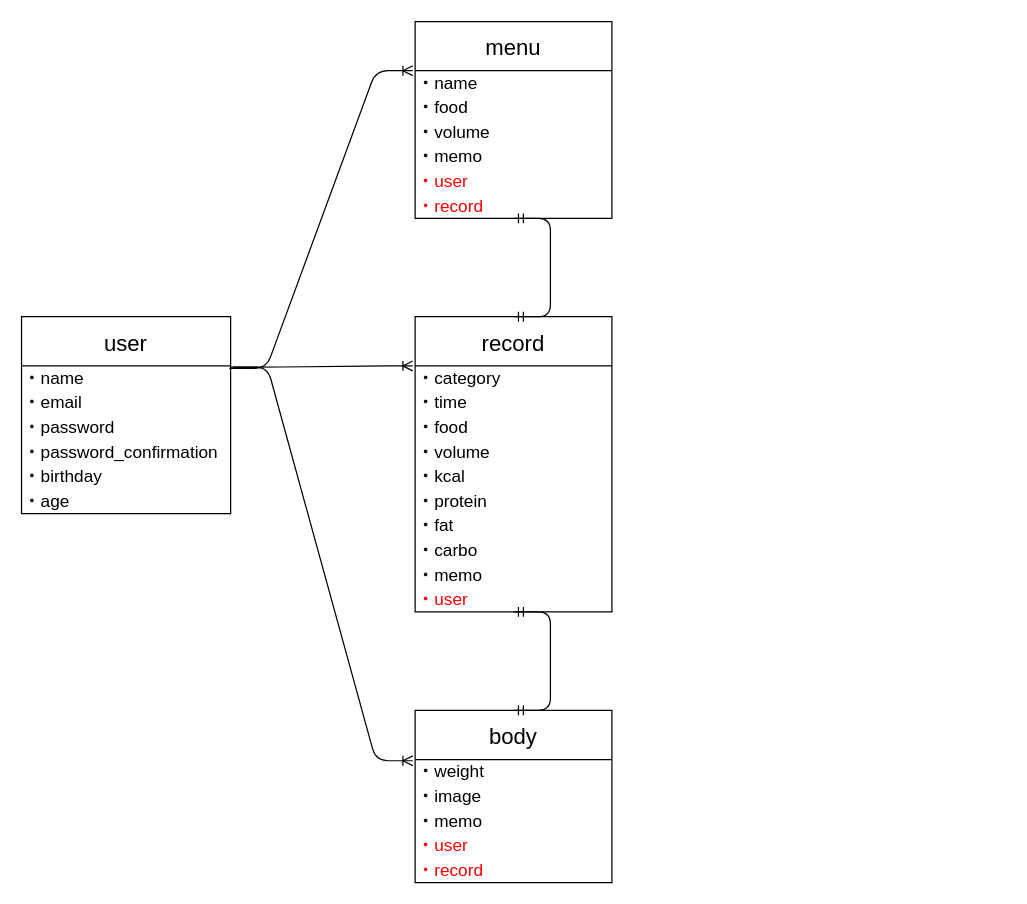
YamAtsu16/DietApp keeps this draw.io diagram as Draw.io/ER.dio. Above is the earlier version. Source tidied: cells renumbered, new cells numbered last; positions are measured from the earlier drawing's top-left corner, leaving out a move shared by most shapes. Both pictures are drawn from the tidied source at 123%, with x=0, y=0 at pixel (21, 21).
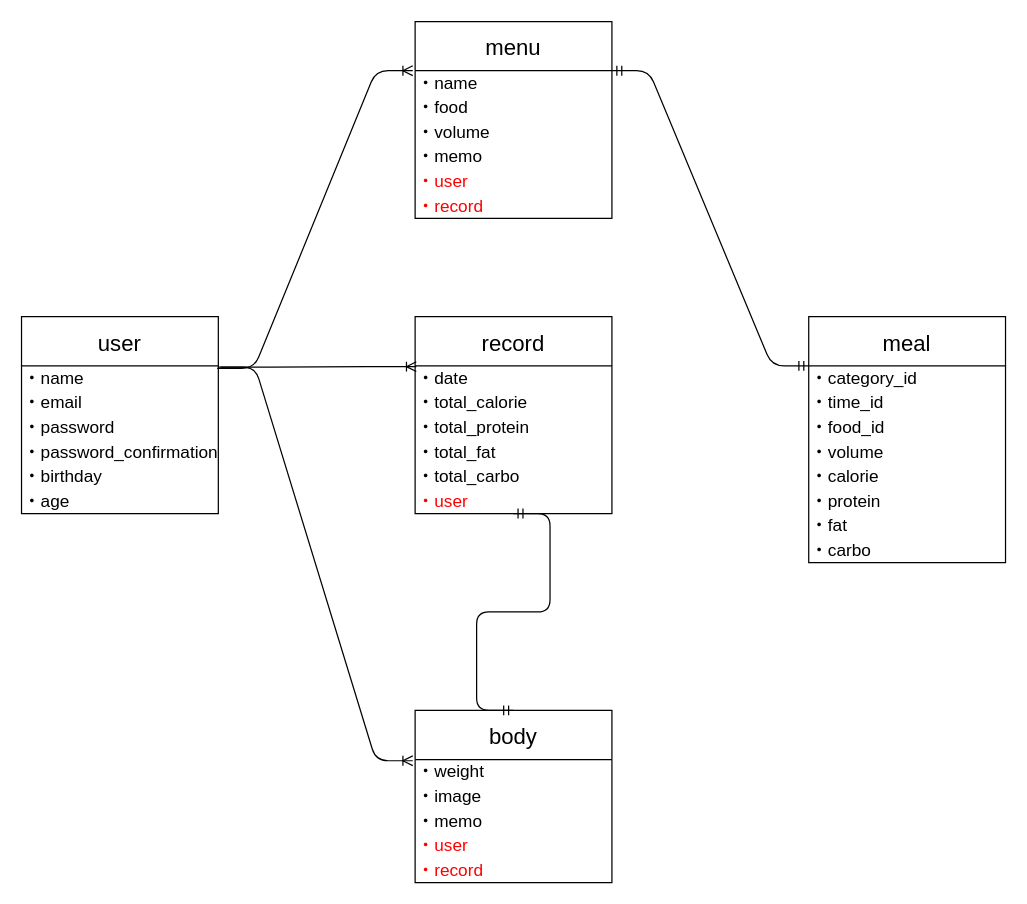
Above is the later version.

Commit message (it also covers changes not shown here):
データベース設計の見直し

The change refers to these unchanged cells:
```xml
<mxCell id="9" value="body" style="swimlane;fontStyle=0;horizontal=1;startSize=40;align=center;fontSize=18;fillColor=none;" parent="1" vertex="1">
  <mxGeometry x="320" y="560" width="160" height="140" as="geometry" />
</mxCell>
<mxCell id="26" value="menu" style="swimlane;fontStyle=0;horizontal=1;startSize=40;align=center;fontSize=18;fillColor=none;" parent="1" vertex="1">
  <mxGeometry x="320" width="160" height="160" as="geometry" />
</mxCell>
<mxCell id="32" value="&lt;font color=&quot;#ff0000&quot;&gt;・record&lt;/font&gt;" style="text;html=1;align=left;verticalAlign=middle;points=[];strokeColor=none;fillColor=none;fontSize=14;" parent="26" vertex="1">
  <mxGeometry y="140" width="160" height="20" as="geometry" />
</mxCell>
```

What changed in the source:
```diff
@@
     <mxCell id="2" value="user" style="swimlane;fontStyle=0;horizontal=1;startSize=40;align=center;fontSize=18;fillColor=none;" parent="1" vertex="1">
-      <mxGeometry y="240" width="170" height="160" as="geometry" />
+      <mxGeometry y="240" width="160" height="160" as="geometry" />
     </mxCell>
     <mxCell id="3" value="・name" style="text;html=1;align=left;verticalAlign=middle;points=[];strokeColor=none;fillColor=none;fontSize=14;" parent="2" vertex="1">
-      <mxGeometry y="40" width="170" height="20" as="geometry" />
+      <mxGeometry y="40" width="160" height="20" as="geometry" />
     </mxCell>
     <mxCell id="4" value="・email" style="text;html=1;align=left;verticalAlign=middle;strokeColor=none;fillColor=none;fontSize=14;" parent="2" vertex="1">
-      <mxGeometry y="60" width="170" height="20" as="geometry" />
+      <mxGeometry y="60" width="160" height="20" as="geometry" />
     </mxCell>
     <mxCell id="5" value="・password" style="text;html=1;align=left;verticalAlign=middle;strokeColor=none;fillColor=none;fontSize=14;" parent="2" vertex="1">
-      <mxGeometry y="80" width="170" height="20" as="geometry" />
+      <mxGeometry y="80" width="160" height="20" as="geometry" />
     </mxCell>
     <mxCell id="6" value="・password_confirmation" style="text;html=1;align=left;verticalAlign=middle;strokeColor=none;fillColor=none;fontSize=14;" parent="2" vertex="1">
-      <mxGeometry y="100" width="170" height="20" as="geometry" />
+      <mxGeometry y="100" width="160" height="20" as="geometry" />
     </mxCell>
     <mxCell id="7" value="・birthday" style="text;html=1;align=left;verticalAlign=middle;strokeColor=none;fillColor=none;fontSize=14;" parent="2" vertex="1">
-      <mxGeometry y="120" width="170" height="20" as="geometry" />
+      <mxGeometry y="120" width="160" height="20" as="geometry" />
     </mxCell>
     <mxCell id="8" value="・age" style="text;html=1;align=left;verticalAlign=middle;strokeColor=none;fillColor=none;fontSize=14;" parent="2" vertex="1">
-      <mxGeometry y="140" width="170" height="20" as="geometry" />
+      <mxGeometry y="140" width="160" height="20" as="geometry" />
     </mxCell>
@@
-    <mxCell id="15" value="record" style="swimlane;fontStyle=0;horizontal=1;startSize=40;align=center;fontSize=18;fillColor=none;" parent="1" vertex="1">
-      <mxGeometry x="320" y="240" width="160" height="240" as="geometry" />
+    <mxCell id="15" value="meal" style="swimlane;fontStyle=0;horizontal=1;startSize=40;align=center;fontSize=18;fillColor=none;" parent="1" vertex="1">
+      <mxGeometry x="640" y="240" width="160" height="200" as="geometry" />
     </mxCell>
-    <mxCell id="16" value="・category" style="text;html=1;align=left;verticalAlign=middle;points=[];strokeColor=none;fillColor=none;fontSize=14;" parent="15" vertex="1">
+    <mxCell id="16" value="・category_id" style="text;html=1;align=left;verticalAlign=middle;points=[];strokeColor=none;fillColor=none;fontSize=14;" parent="15" vertex="1">
       <mxGeometry y="40" width="160" height="20" as="geometry" />
     </mxCell>
-    <mxCell id="17" value="・time" style="text;html=1;align=left;verticalAlign=middle;strokeColor=none;fillColor=none;fontSize=14;" parent="15" vertex="1">
+    <mxCell id="17" value="・time_id" style="text;html=1;align=left;verticalAlign=middle;strokeColor=none;fillColor=none;fontSize=14;" parent="15" vertex="1">
       <mxGeometry y="60" width="160" height="20" as="geometry" />
     </mxCell>
-    <mxCell id="18" value="・food" style="text;html=1;align=left;verticalAlign=middle;strokeColor=none;fillColor=none;fontSize=14;" parent="15" vertex="1">
+    <mxCell id="18" value="・food_id" style="text;html=1;align=left;verticalAlign=middle;strokeColor=none;fillColor=none;fontSize=14;" parent="15" vertex="1">
       <mxGeometry y="80" width="160" height="20" as="geometry" />
     </mxCell>
@@
-    <mxCell id="20" value="・kcal" style="text;html=1;align=left;verticalAlign=middle;strokeColor=none;fillColor=none;fontSize=14;" parent="15" vertex="1">
+    <mxCell id="20" value="・calorie" style="text;html=1;align=left;verticalAlign=middle;strokeColor=none;fillColor=none;fontSize=14;" parent="15" vertex="1">
       <mxGeometry y="120" width="160" height="20" as="geometry" />
     </mxCell>
@@
-    <mxCell id="24" value="・memo" style="text;html=1;align=left;verticalAlign=middle;strokeColor=none;fillColor=none;fontSize=14;" parent="15" vertex="1">
-      <mxGeometry y="200" width="160" height="20" as="geometry" />
-    </mxCell>
-    <mxCell id="25" value="&lt;font color=&quot;#ff0000&quot;&gt;・user&lt;/font&gt;" style="text;html=1;align=left;verticalAlign=middle;points=[];strokeColor=none;fillColor=none;fontSize=14;" parent="15" vertex="1">
-      <mxGeometry y="220" width="160" height="20" as="geometry" />
-    </mxCell>
@@
-    <mxCell id="35" style="edgeStyle=entityRelationEdgeStyle;fontSize=12;html=1;endArrow=ERoneToMany;exitX=1.012;exitY=0.05;exitDx=0;exitDy=0;entryX=-0.012;entryY=0;entryDx=0;entryDy=0;entryPerimeter=0;exitPerimeter=0;" parent="1" edge="1" source="3" target="16">
+    <mxCell id="35" style="edgeStyle=entityRelationEdgeStyle;fontSize=12;html=1;endArrow=ERoneToMany;exitX=1.012;exitY=0.05;exitDx=0;exitDy=0;entryX=0.006;entryY=0.029;entryDx=0;entryDy=0;entryPerimeter=0;exitPerimeter=0;" parent="1" edge="1" source="3" target="39">
       <mxGeometry relative="1" as="geometry" />
     </mxCell>
-    <mxCell id="36" style="edgeStyle=entityRelationEdgeStyle;fontSize=12;html=1;endArrow=ERmandOne;startArrow=ERmandOne;exitX=0.5;exitY=0;exitDx=0;exitDy=0;entryX=0.5;entryY=1;entryDx=0;entryDy=0;entryPerimeter=0;" parent="1" edge="1" source="15" target="32">
+    <mxCell id="36" style="edgeStyle=entityRelationEdgeStyle;fontSize=12;html=1;endArrow=ERmandOne;startArrow=ERmandOne;exitX=0;exitY=0;exitDx=0;exitDy=0;entryX=1;entryY=0.25;entryDx=0;entryDy=0;exitPerimeter=0;" parent="1" edge="1" source="16" target="26">
       <mxGeometry relative="1" as="geometry" />
     </mxCell>
-    <mxCell id="37" style="edgeStyle=entityRelationEdgeStyle;fontSize=12;html=1;endArrow=ERmandOne;startArrow=ERmandOne;entryX=0.5;entryY=1;entryDx=0;entryDy=0;entryPerimeter=0;exitX=0.5;exitY=0;exitDx=0;exitDy=0;" parent="1" edge="1" source="9" target="25">
+    <mxCell id="37" style="edgeStyle=entityRelationEdgeStyle;fontSize=12;html=1;endArrow=ERmandOne;startArrow=ERmandOne;entryX=0.498;entryY=1;entryDx=0;entryDy=0;entryPerimeter=0;exitX=0.5;exitY=0;exitDx=0;exitDy=0;" parent="1" edge="1" source="9" target="25">
       <mxGeometry relative="1" as="geometry" />
     </mxCell>
+    <mxCell id="38" value="record" style="swimlane;fontStyle=0;horizontal=1;startSize=40;align=center;fontSize=18;fillColor=none;" parent="1" vertex="1">
+      <mxGeometry x="320" y="240" width="160" height="160" as="geometry" />
+    </mxCell>
+    <mxCell id="39" value="・date" style="text;html=1;align=left;verticalAlign=middle;points=[];strokeColor=none;fillColor=none;fontSize=14;" parent="38" vertex="1">
+      <mxGeometry y="40" width="160" height="20" as="geometry" />
+    </mxCell>
+    <mxCell id="40" value="・total_calorie" style="text;html=1;align=left;verticalAlign=middle;strokeColor=none;fillColor=none;fontSize=14;" parent="38" vertex="1">
+      <mxGeometry y="60" width="160" height="20" as="geometry" />
+    </mxCell>
+    <mxCell id="41" value="・total_protein" style="text;html=1;align=left;verticalAlign=middle;strokeColor=none;fillColor=none;fontSize=14;" parent="38" vertex="1">
+      <mxGeometry y="80" width="160" height="20" as="geometry" />
+    </mxCell>
+    <mxCell id="42" value="・total_fat" style="text;html=1;align=left;verticalAlign=middle;strokeColor=none;fillColor=none;fontSize=14;" parent="38" vertex="1">
+      <mxGeometry y="100" width="160" height="20" as="geometry" />
+    </mxCell>
+    <mxCell id="43" value="・total_carbo" style="text;html=1;align=left;verticalAlign=middle;strokeColor=none;fillColor=none;fontSize=14;" parent="38" vertex="1">
+      <mxGeometry y="120" width="160" height="20" as="geometry" />
+    </mxCell>
+    <mxCell id="25" value="&lt;font color=&quot;#ff0000&quot;&gt;・user&lt;/font&gt;" style="text;html=1;align=left;verticalAlign=middle;points=[];strokeColor=none;fillColor=none;fontSize=14;" parent="38" vertex="1">
+      <mxGeometry y="140" width="160" height="20" as="geometry" />
+    </mxCell>
```
